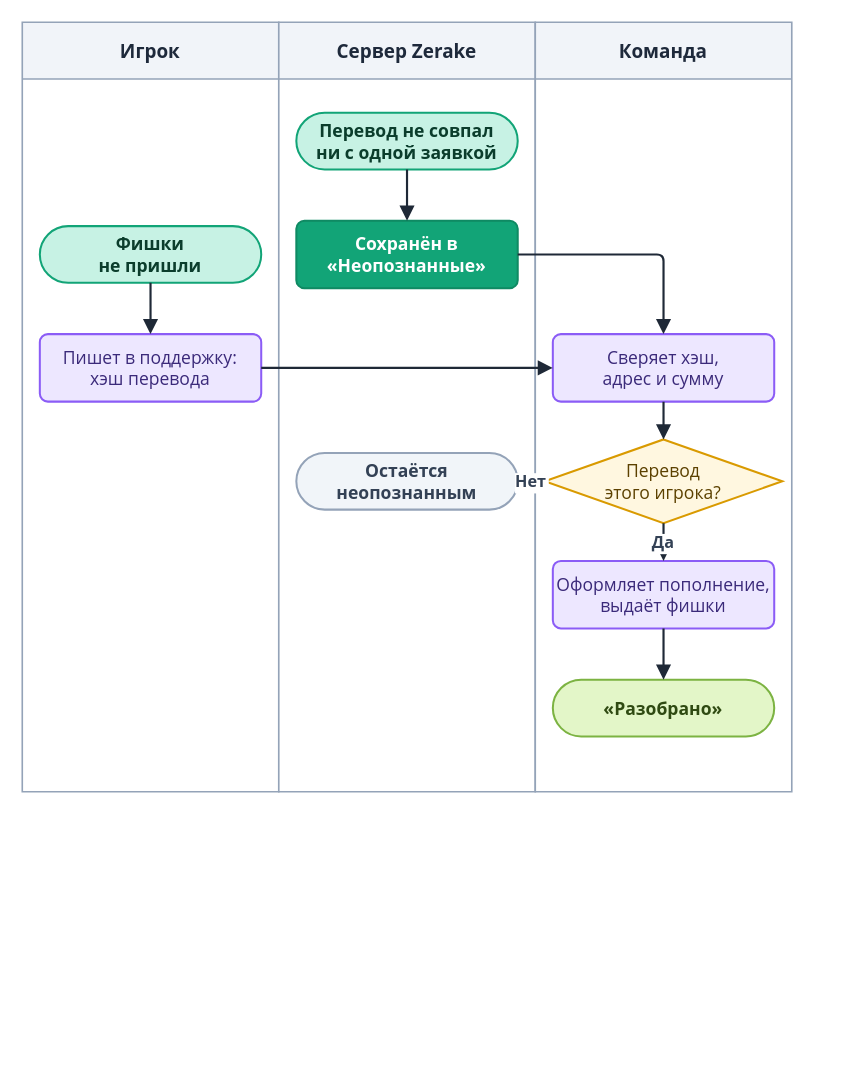
Before: diagrams/drawio/unmatched.drawio in LILSUFFER/zerake-docs, a draw.io diagram. Source tidied: cells renumbered, new cells numbered last; positions are measured from the earlier drawing's top-left corner, leaving out a move shared by most shapes. Both pictures are drawn from the tidied source at 135%, with x=0, y=0 at pixel (22, 22).
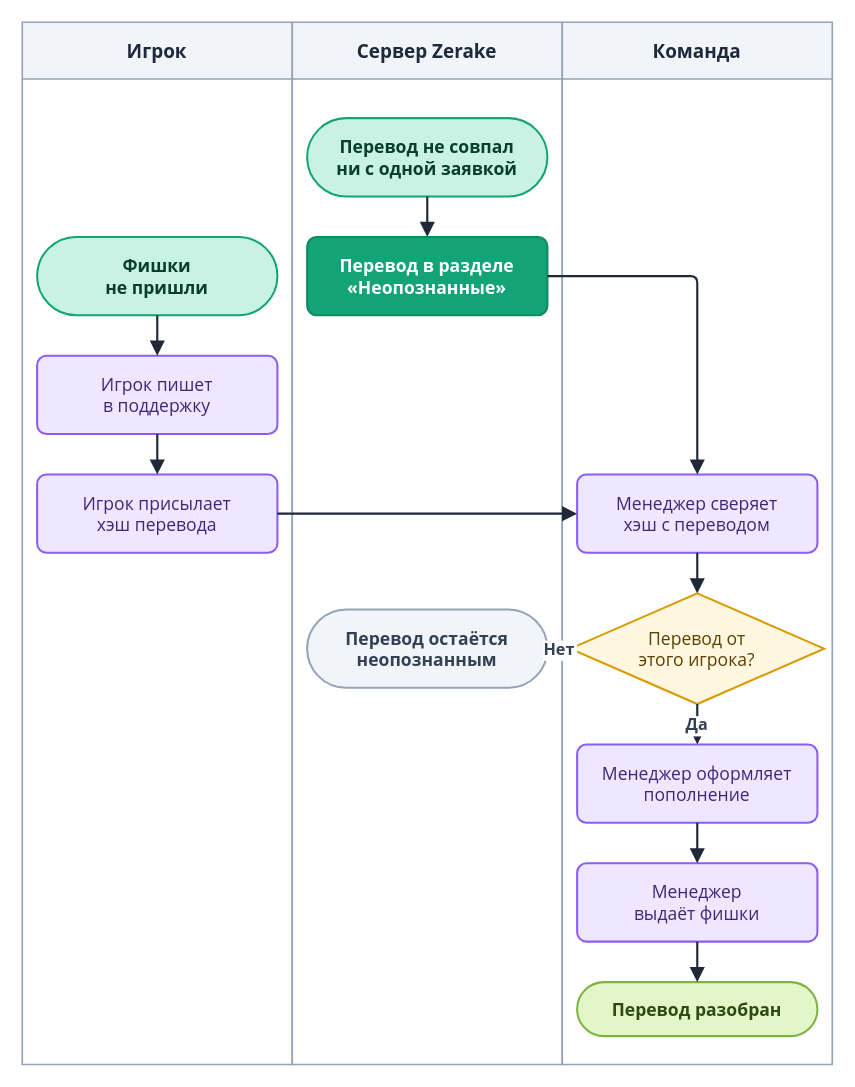
After the change.

The edit, as a diff of the source:
```diff
@@
     <mxCell id="2" value="Игрок" style="swimlane;horizontal=1;startSize=42;fillColor=#F1F4F9;swimlaneFillColor=#FFFFFF;strokeColor=#94A3B8;fontColor=#1E293B;fontStyle=1;fontSize=14;fontFamily=Segoe UI;strokeWidth=1.2;" parent="1" vertex="1">
-      <mxGeometry width="190" height="570" as="geometry" />
+      <mxGeometry width="200" height="772" as="geometry" />
     </mxCell>
     <mxCell id="3" value="Сервер Zerake" style="swimlane;horizontal=1;startSize=42;fillColor=#F1F4F9;swimlaneFillColor=#FFFFFF;strokeColor=#94A3B8;fontColor=#1E293B;fontStyle=1;fontSize=14;fontFamily=Segoe UI;strokeWidth=1.2;" parent="1" vertex="1">
-      <mxGeometry x="190" width="190" height="570" as="geometry" />
+      <mxGeometry x="200" width="200" height="772" as="geometry" />
     </mxCell>
     <mxCell id="4" value="Команда" style="swimlane;horizontal=1;startSize=42;fillColor=#F1F4F9;swimlaneFillColor=#FFFFFF;strokeColor=#94A3B8;fontColor=#1E293B;fontStyle=1;fontSize=14;fontFamily=Segoe UI;strokeWidth=1.2;" parent="1" vertex="1">
-      <mxGeometry x="380" width="190" height="570" as="geometry" />
+      <mxGeometry x="400" width="200" height="772" as="geometry" />
     </mxCell>
     <mxCell id="5" value="Перевод не совпал&#10;ни с одной заявкой" style="rounded=1;arcSize=50;html=0;fontStyle=1;fillColor=#C7F2E4;strokeColor=#12A477;fontColor=#0B3D2C;fontFamily=Segoe UI;fontSize=13;strokeWidth=1.5;" parent="1" vertex="1">
-      <mxGeometry x="203" y="67" width="164" height="42" as="geometry" />
+      <mxGeometry x="211" y="71" width="178" height="58" as="geometry" />
     </mxCell>
     <mxCell id="6" value="Фишки&#10;не пришли" style="rounded=1;arcSize=50;html=0;fontStyle=1;fillColor=#C7F2E4;strokeColor=#12A477;fontColor=#0B3D2C;fontFamily=Segoe UI;fontSize=13;strokeWidth=1.5;" parent="1" vertex="1">
-      <mxGeometry x="13" y="151" width="164" height="42" as="geometry" />
+      <mxGeometry x="11" y="159" width="178" height="58" as="geometry" />
     </mxCell>
-    <mxCell id="7" value="Сохранён в&#10;«Неопознанные»" style="rounded=1;arcSize=12;html=0;fillColor=#12A477;strokeColor=#0F8A63;fontColor=#FFFFFF;fontStyle=1;fontFamily=Segoe UI;fontSize=13;strokeWidth=1.5;" parent="1" vertex="1">
-      <mxGeometry x="203" y="147" width="164" height="50" as="geometry" />
+    <mxCell id="7" value="Перевод в разделе&#10;«Неопознанные»" style="rounded=1;arcSize=12;html=0;fillColor=#12A477;strokeColor=#0F8A63;fontColor=#FFFFFF;fontStyle=1;fontFamily=Segoe UI;fontSize=13;strokeWidth=1.5;" parent="1" vertex="1">
+      <mxGeometry x="211" y="159" width="178" height="58" as="geometry" />
     </mxCell>
-    <mxCell id="8" value="Пишет в поддержку:&#10;хэш перевода" style="rounded=1;arcSize=12;html=0;fillColor=#EDE7FF;strokeColor=#8B5CF6;fontColor=#3B2A7A;fontFamily=Segoe UI;fontSize=13;strokeWidth=1.5;" parent="1" vertex="1">
-      <mxGeometry x="13" y="231" width="164" height="50" as="geometry" />
+    <mxCell id="8" value="Игрок пишет&#10;в поддержку" style="rounded=1;arcSize=12;html=0;fillColor=#EDE7FF;strokeColor=#8B5CF6;fontColor=#3B2A7A;fontFamily=Segoe UI;fontSize=13;strokeWidth=1.5;" parent="1" vertex="1">
+      <mxGeometry x="11" y="247" width="178" height="58" as="geometry" />
     </mxCell>
+    <mxCell id="22" value="Игрок присылает&#10;хэш перевода" style="rounded=1;arcSize=12;html=0;fillColor=#EDE7FF;strokeColor=#8B5CF6;fontColor=#3B2A7A;fontFamily=Segoe UI;fontSize=13;strokeWidth=1.5;" parent="1" vertex="1">
+      <mxGeometry x="11" y="335" width="178" height="58" as="geometry" />
+    </mxCell>
-    <mxCell id="9" value="Сверяет хэш,&#10;адрес и сумму" style="rounded=1;arcSize=12;html=0;fillColor=#EDE7FF;strokeColor=#8B5CF6;fontColor=#3B2A7A;fontFamily=Segoe UI;fontSize=13;strokeWidth=1.5;" parent="1" vertex="1">
-      <mxGeometry x="393" y="231" width="164" height="50" as="geometry" />
+    <mxCell id="9" value="Менеджер сверяет&#10;хэш с переводом" style="rounded=1;arcSize=12;html=0;fillColor=#EDE7FF;strokeColor=#8B5CF6;fontColor=#3B2A7A;fontFamily=Segoe UI;fontSize=13;strokeWidth=1.5;" parent="1" vertex="1">
+      <mxGeometry x="411" y="335" width="178" height="58" as="geometry" />
     </mxCell>
-    <mxCell id="10" value="Перевод&#10;этого игрока?" style="rhombus;html=0;fillColor=#FFF7E0;strokeColor=#D99A00;fontColor=#5C4100;fontFamily=Segoe UI;fontSize=13;strokeWidth=1.5;" parent="1" vertex="1">
-      <mxGeometry x="387" y="309" width="176" height="62" as="geometry" />
+    <mxCell id="10" value="Перевод от&#10;этого игрока?" style="rhombus;html=0;fillColor=#FFF7E0;strokeColor=#D99A00;fontColor=#5C4100;fontFamily=Segoe UI;fontSize=13;strokeWidth=1.5;" parent="1" vertex="1">
+      <mxGeometry x="406" y="423" width="188" height="82" as="geometry" />
     </mxCell>
-    <mxCell id="11" value="Остаётся&#10;неопознанным" style="rounded=1;arcSize=50;html=0;fontStyle=1;fillColor=#F1F5F9;strokeColor=#94A3B8;fontColor=#334155;fontFamily=Segoe UI;fontSize=13;strokeWidth=1.5;" parent="1" vertex="1">
-      <mxGeometry x="203" y="319" width="164" height="42" as="geometry" />
+    <mxCell id="11" value="Перевод остаётся&#10;неопознанным" style="rounded=1;arcSize=50;html=0;fontStyle=1;fillColor=#F1F5F9;strokeColor=#94A3B8;fontColor=#334155;fontFamily=Segoe UI;fontSize=13;strokeWidth=1.5;" parent="1" vertex="1">
+      <mxGeometry x="211" y="435" width="178" height="58" as="geometry" />
     </mxCell>
-    <mxCell id="12" value="Оформляет пополнение,&#10;выдаёт фишки" style="rounded=1;arcSize=12;html=0;fillColor=#EDE7FF;strokeColor=#8B5CF6;fontColor=#3B2A7A;fontFamily=Segoe UI;fontSize=13;strokeWidth=1.5;" parent="1" vertex="1">
-      <mxGeometry x="393" y="399" width="164" height="50" as="geometry" />
+    <mxCell id="12" value="Менеджер оформляет&#10;пополнение" style="rounded=1;arcSize=12;html=0;fillColor=#EDE7FF;strokeColor=#8B5CF6;fontColor=#3B2A7A;fontFamily=Segoe UI;fontSize=13;strokeWidth=1.5;" parent="1" vertex="1">
+      <mxGeometry x="411" y="535" width="178" height="58" as="geometry" />
     </mxCell>
+    <mxCell id="23" value="Менеджер&#10;выдаёт фишки" style="rounded=1;arcSize=12;html=0;fillColor=#EDE7FF;strokeColor=#8B5CF6;fontColor=#3B2A7A;fontFamily=Segoe UI;fontSize=13;strokeWidth=1.5;" parent="1" vertex="1">
+      <mxGeometry x="411" y="623" width="178" height="58" as="geometry" />
+    </mxCell>
-    <mxCell id="13" value="«Разобрано»" style="rounded=1;arcSize=50;html=0;fontStyle=1;fillColor=#E3F6C8;strokeColor=#7CB342;fontColor=#2F4A12;fontFamily=Segoe UI;fontSize=13;strokeWidth=1.5;" parent="1" vertex="1">
-      <mxGeometry x="393" y="487" width="164" height="42" as="geometry" />
+    <mxCell id="13" value="Перевод разобран" style="rounded=1;arcSize=50;html=0;fontStyle=1;fillColor=#E3F6C8;strokeColor=#7CB342;fontColor=#2F4A12;fontFamily=Segoe UI;fontSize=13;strokeWidth=1.5;" parent="1" vertex="1">
+      <mxGeometry x="411" y="711" width="178" height="40" as="geometry" />
     </mxCell>
@@
-    <mxCell id="17" style="edgeStyle=orthogonalEdgeStyle;rounded=1;arcSize=10;jettySize=auto;html=0;strokeColor=#1F2937;strokeWidth=1.6;endArrow=block;endFill=1;endSize=7;fontFamily=Segoe UI;fontSize=12;fontStyle=1;fontColor=#334155;labelBackgroundColor=#FFFFFF;" parent="1" edge="1" source="8" target="9">
+    <mxCell id="17" style="edgeStyle=orthogonalEdgeStyle;rounded=1;arcSize=10;jettySize=auto;html=0;strokeColor=#1F2937;strokeWidth=1.6;endArrow=block;endFill=1;endSize=7;fontFamily=Segoe UI;fontSize=12;fontStyle=1;fontColor=#334155;labelBackgroundColor=#FFFFFF;" parent="1" edge="1" source="8" target="22">
       <mxGeometry relative="1" as="geometry" />
     </mxCell>
-    <mxCell id="18" style="edgeStyle=orthogonalEdgeStyle;rounded=1;arcSize=10;jettySize=auto;html=0;strokeColor=#1F2937;strokeWidth=1.6;endArrow=block;endFill=1;endSize=7;fontFamily=Segoe UI;fontSize=12;fontStyle=1;fontColor=#334155;labelBackgroundColor=#FFFFFF;" parent="1" edge="1" source="9" target="10">
+    <mxCell id="18" style="edgeStyle=orthogonalEdgeStyle;rounded=1;arcSize=10;jettySize=auto;html=0;strokeColor=#1F2937;strokeWidth=1.6;endArrow=block;endFill=1;endSize=7;fontFamily=Segoe UI;fontSize=12;fontStyle=1;fontColor=#334155;labelBackgroundColor=#FFFFFF;" parent="1" edge="1" source="22" target="9">
       <mxGeometry relative="1" as="geometry" />
     </mxCell>
-    <mxCell id="19" value="Нет" style="edgeStyle=orthogonalEdgeStyle;rounded=1;arcSize=10;jettySize=auto;html=0;strokeColor=#1F2937;strokeWidth=1.6;endArrow=block;endFill=1;endSize=7;fontFamily=Segoe UI;fontSize=12;fontStyle=1;fontColor=#334155;labelBackgroundColor=#FFFFFF;" parent="1" edge="1" source="10" target="11">
+    <mxCell id="19" style="edgeStyle=orthogonalEdgeStyle;rounded=1;arcSize=10;jettySize=auto;html=0;strokeColor=#1F2937;strokeWidth=1.6;endArrow=block;endFill=1;endSize=7;fontFamily=Segoe UI;fontSize=12;fontStyle=1;fontColor=#334155;labelBackgroundColor=#FFFFFF;" parent="1" edge="1" source="9" target="10">
       <mxGeometry relative="1" as="geometry" />
     </mxCell>
-    <mxCell id="20" value="Да" style="edgeStyle=orthogonalEdgeStyle;rounded=1;arcSize=10;jettySize=auto;html=0;strokeColor=#1F2937;strokeWidth=1.6;endArrow=block;endFill=1;endSize=7;fontFamily=Segoe UI;fontSize=12;fontStyle=1;fontColor=#334155;labelBackgroundColor=#FFFFFF;" parent="1" edge="1" source="10" target="12">
+    <mxCell id="20" value="Нет" style="edgeStyle=orthogonalEdgeStyle;rounded=1;arcSize=10;jettySize=auto;html=0;strokeColor=#1F2937;strokeWidth=1.6;endArrow=block;endFill=1;endSize=7;fontFamily=Segoe UI;fontSize=12;fontStyle=1;fontColor=#334155;labelBackgroundColor=#FFFFFF;" parent="1" edge="1" source="10" target="11">
       <mxGeometry relative="1" as="geometry" />
     </mxCell>
-    <mxCell id="21" style="edgeStyle=orthogonalEdgeStyle;rounded=1;arcSize=10;jettySize=auto;html=0;strokeColor=#1F2937;strokeWidth=1.6;endArrow=block;endFill=1;endSize=7;fontFamily=Segoe UI;fontSize=12;fontStyle=1;fontColor=#334155;labelBackgroundColor=#FFFFFF;" parent="1" edge="1" source="12" target="13">
+    <mxCell id="21" value="Да" style="edgeStyle=orthogonalEdgeStyle;rounded=1;arcSize=10;jettySize=auto;html=0;strokeColor=#1F2937;strokeWidth=1.6;endArrow=block;endFill=1;endSize=7;fontFamily=Segoe UI;fontSize=12;fontStyle=1;fontColor=#334155;labelBackgroundColor=#FFFFFF;" parent="1" edge="1" source="10" target="12">
       <mxGeometry relative="1" as="geometry" />
     </mxCell>
+    <mxCell id="24" style="edgeStyle=orthogonalEdgeStyle;rounded=1;arcSize=10;jettySize=auto;html=0;strokeColor=#1F2937;strokeWidth=1.6;endArrow=block;endFill=1;endSize=7;fontFamily=Segoe UI;fontSize=12;fontStyle=1;fontColor=#334155;labelBackgroundColor=#FFFFFF;" parent="1" edge="1" source="12" target="23">
+      <mxGeometry relative="1" as="geometry" />
+    </mxCell>
+    <mxCell id="25" style="edgeStyle=orthogonalEdgeStyle;rounded=1;arcSize=10;jettySize=auto;html=0;strokeColor=#1F2937;strokeWidth=1.6;endArrow=block;endFill=1;endSize=7;fontFamily=Segoe UI;fontSize=12;fontStyle=1;fontColor=#334155;labelBackgroundColor=#FFFFFF;" parent="1" edge="1" source="23" target="13">
+      <mxGeometry relative="1" as="geometry" />
+    </mxCell>
```
